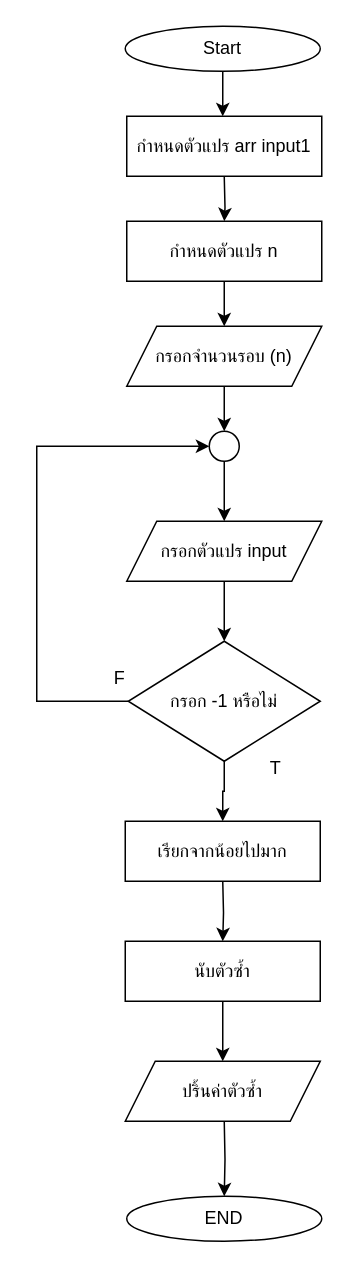
Above: HW/HW9/hw09-5/hw09-5.drawio in aphiwat-window/ENGCE117 (draw.io), before the change. Source tidied: cells renumbered, new cells numbered last; positions are measured from the earlier drawing's top-left corner, leaving out a move shared by most shapes. Both pictures are drawn from the tidied source at 150%, with x=0, y=0 at pixel (36, 26).
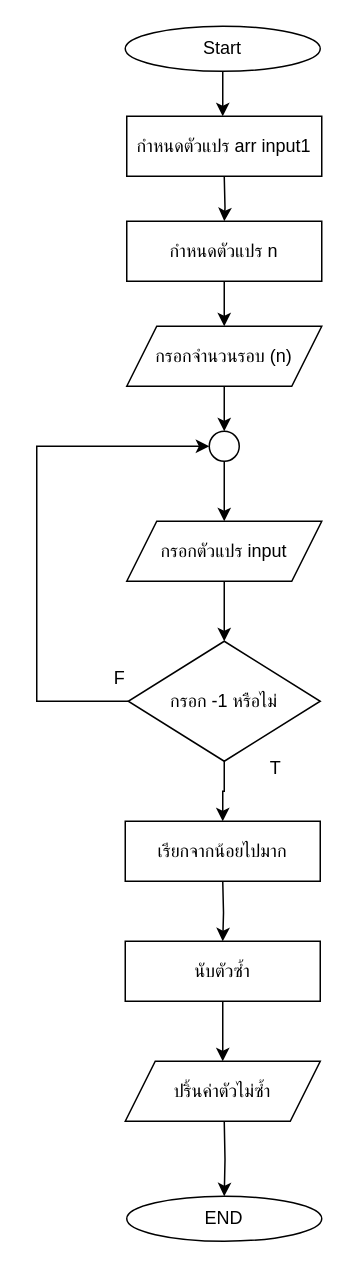
After the change.

Diff of the diagram source:
```diff
@@
-    <mxCell id="24" value="ปริ้นค่าตัวซ้ำ" style="rounded=0;whiteSpace=wrap;html=1;shape=parallelogram;perimeter=parallelogramPerimeter;fixedSize=1;" parent="1" vertex="1">
+    <mxCell id="24" value="ปริ้นค่าตัวไม่ซ้ำ" style="rounded=0;whiteSpace=wrap;html=1;shape=parallelogram;perimeter=parallelogramPerimeter;fixedSize=1;" parent="1" vertex="1">
       <mxGeometry x="59" y="690" width="130" height="40" as="geometry" />
     </mxCell>
```
